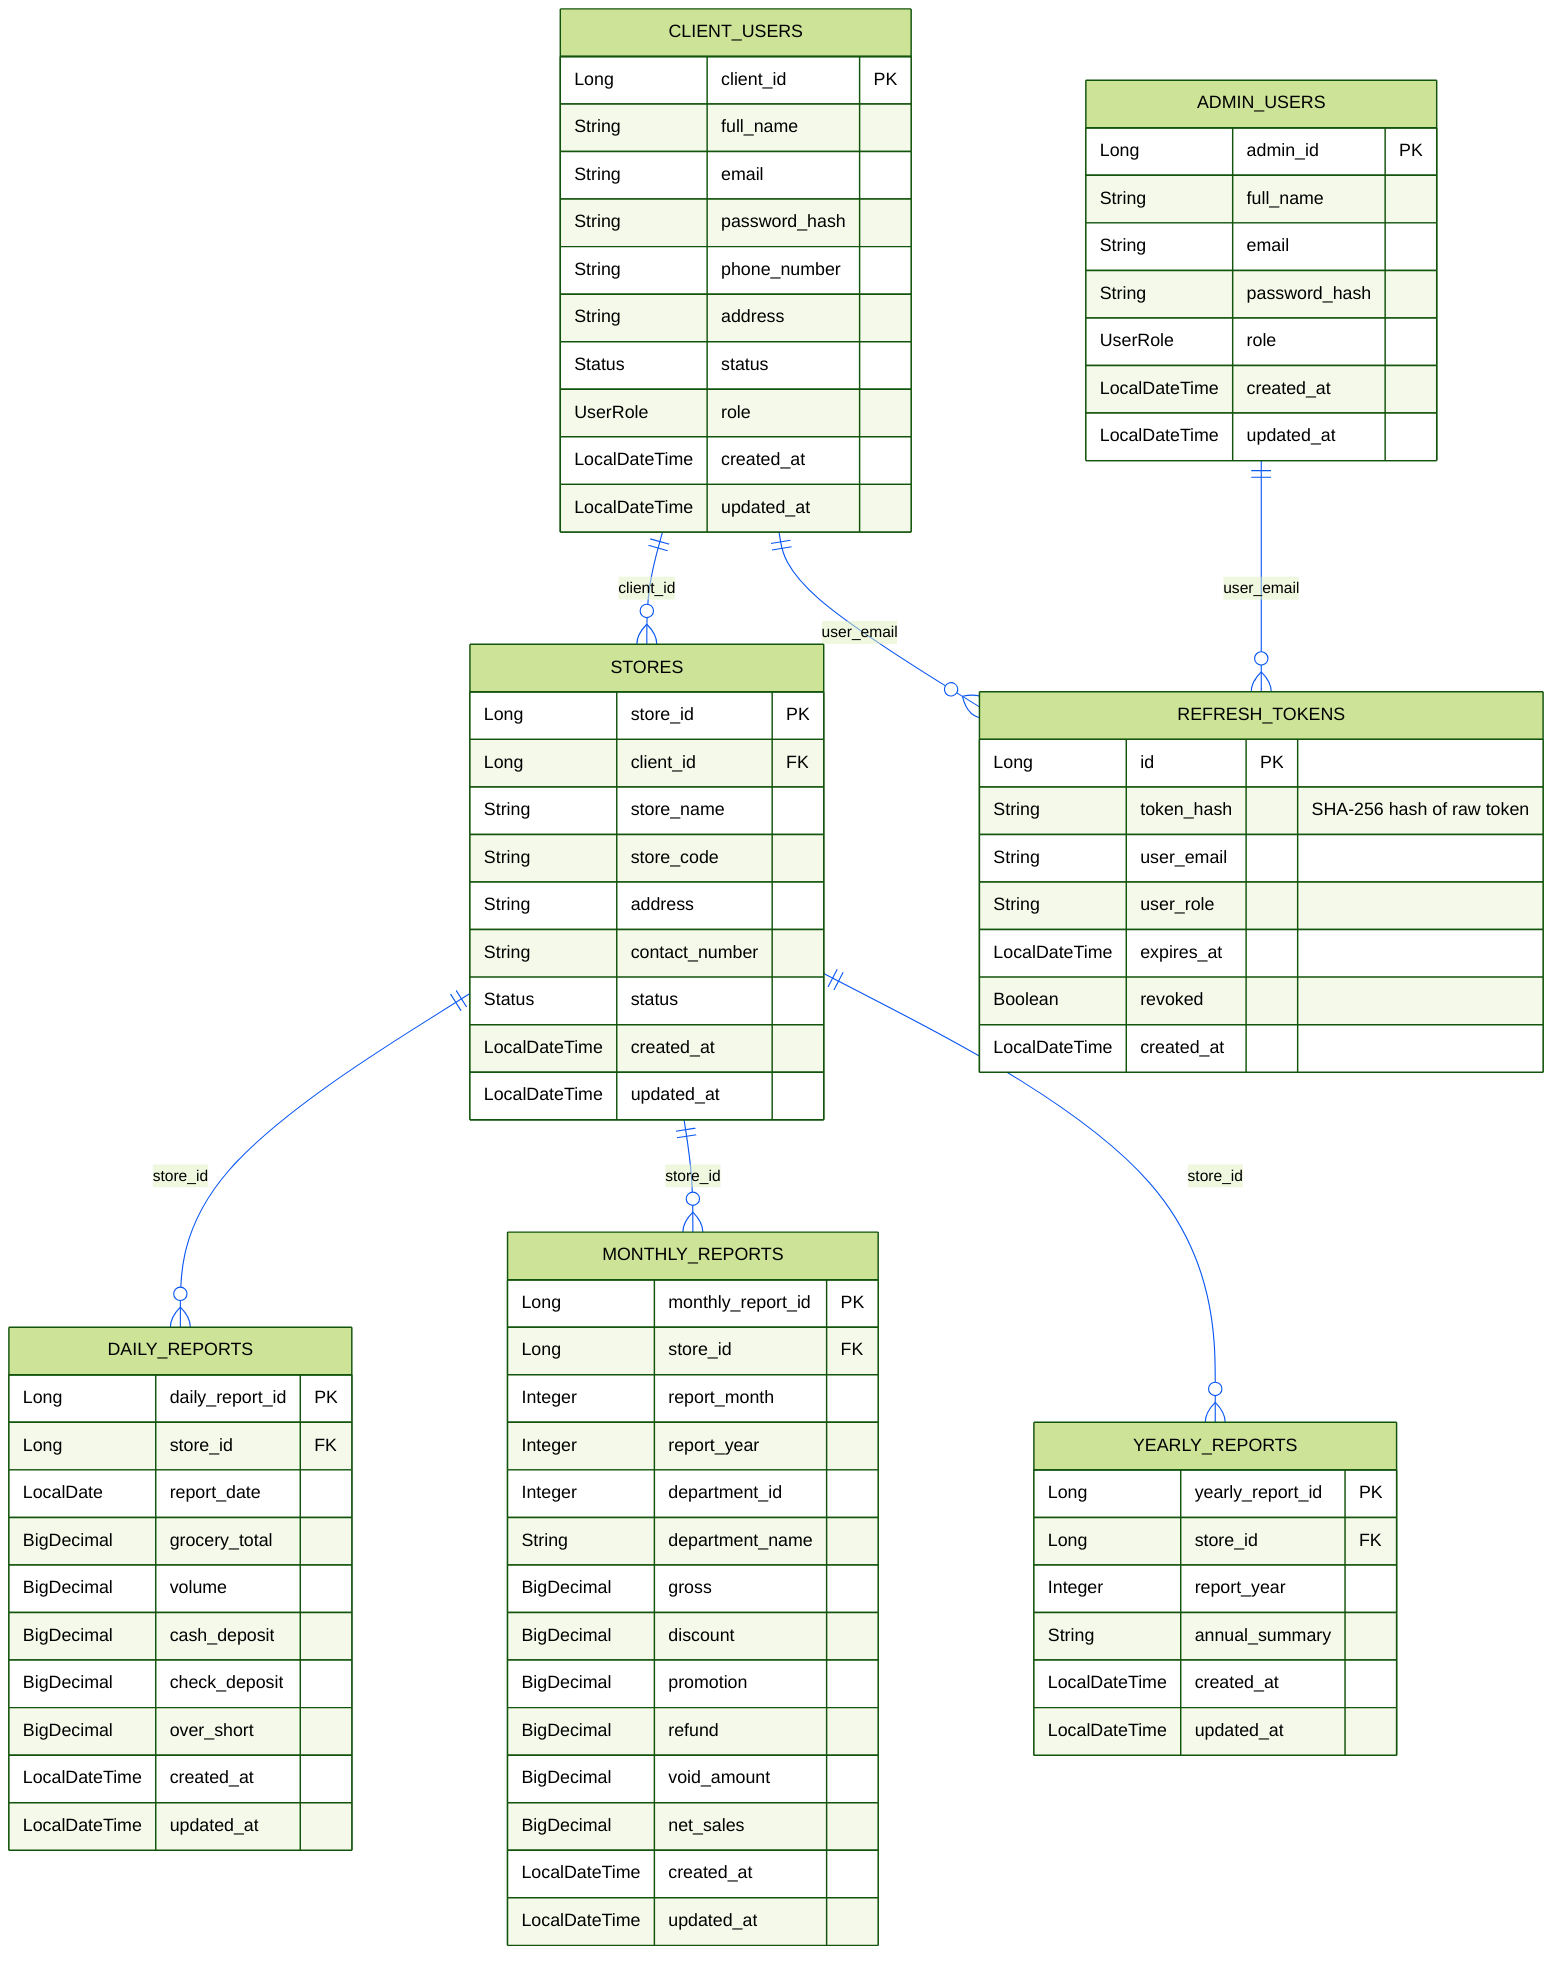
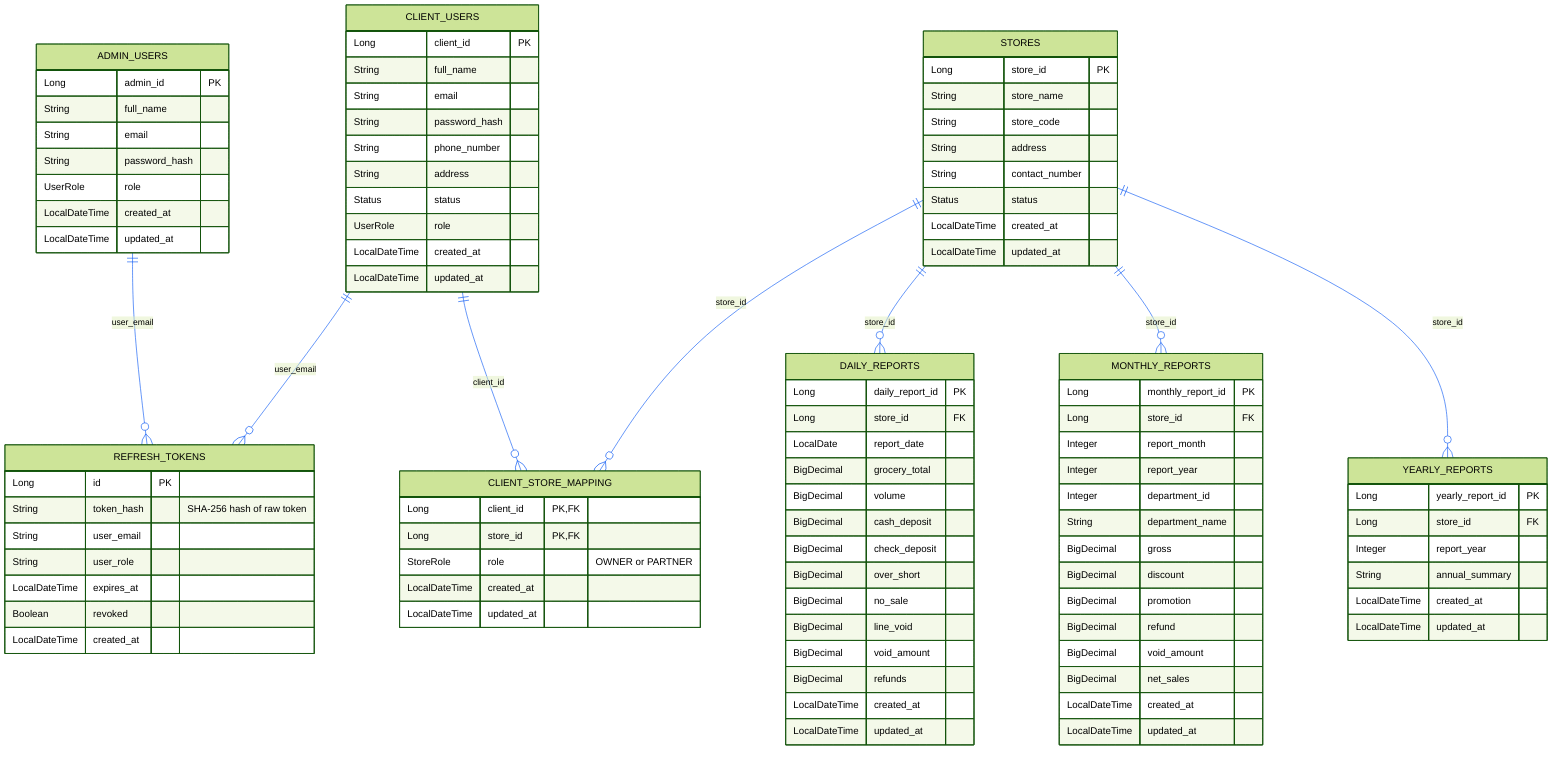
%%{init: {"theme": "forest", "themeVariables": {"primaryColor": "#f2f2f2", "primaryBorderColor": "#e61010", "primaryTextColor": "#01060d", "lineColor": "#0856f3", "fontFamily": "Arial"}}}%%
erDiagram
- 	CLIENT_USERS ||--o{ STORES : client_id
+     ADMIN_USERS ||--o{ REFRESH_TOKENS : user_email
+ 	CLIENT_USERS ||--o{ REFRESH_TOKENS : user_email
+ 	CLIENT_USERS ||--o{ CLIENT_STORE_MAPPING : client_id
+ 	STORES ||--o{ CLIENT_STORE_MAPPING : store_id
	STORES ||--o{ DAILY_REPORTS : store_id
	STORES ||--o{ MONTHLY_REPORTS : store_id
	STORES ||--o{ YEARLY_REPORTS : store_id
- 	ADMIN_USERS ||--o{ REFRESH_TOKENS : user_email
- 	CLIENT_USERS ||--o{ REFRESH_TOKENS : user_email
+ 

	ADMIN_USERS {
		Long admin_id PK
		String full_name
		String email
		String password_hash
		UserRole role
		LocalDateTime created_at
		LocalDateTime updated_at
	}

	CLIENT_USERS {
		Long client_id PK
		String full_name
		String email
		String password_hash
		String phone_number
		String address
		Status status
		UserRole role
		LocalDateTime created_at
		LocalDateTime updated_at
	}

	REFRESH_TOKENS {
		Long id PK
		String token_hash "SHA-256 hash of raw token"
		String user_email
		String user_role
		LocalDateTime expires_at
		Boolean revoked
		LocalDateTime created_at
	}

	STORES {
		Long store_id PK
- 		Long client_id FK
		String store_name
		String store_code
		String address
		String contact_number
		Status status
+ 		LocalDateTime created_at
+ 		LocalDateTime updated_at
+ 	}
+ 
+ 	CLIENT_STORE_MAPPING {
+ 		Long client_id PK,FK
+ 		Long store_id PK,FK
+ 		StoreRole role "OWNER or PARTNER"
		LocalDateTime created_at
		LocalDateTime updated_at
	}

	DAILY_REPORTS {
		Long daily_report_id PK
		Long store_id FK
		LocalDate report_date
		BigDecimal grocery_total
		BigDecimal volume
		BigDecimal cash_deposit
		BigDecimal check_deposit
		BigDecimal over_short
+ 		BigDecimal no_sale
+ 		BigDecimal line_void
+ 		BigDecimal void_amount
+ 		BigDecimal refunds
		LocalDateTime created_at
		LocalDateTime updated_at
	}

	MONTHLY_REPORTS {
		Long monthly_report_id PK
		Long store_id FK
		Integer report_month
		Integer report_year
		Integer department_id
		String department_name
		BigDecimal gross
		BigDecimal discount
		BigDecimal promotion
		BigDecimal refund
		BigDecimal void_amount
		BigDecimal net_sales
		LocalDateTime created_at
		LocalDateTime updated_at
	}

	YEARLY_REPORTS {
		Long yearly_report_id PK
		Long store_id FK
		Integer report_year
		String annual_summary
		LocalDateTime created_at
		LocalDateTime updated_at
	}
